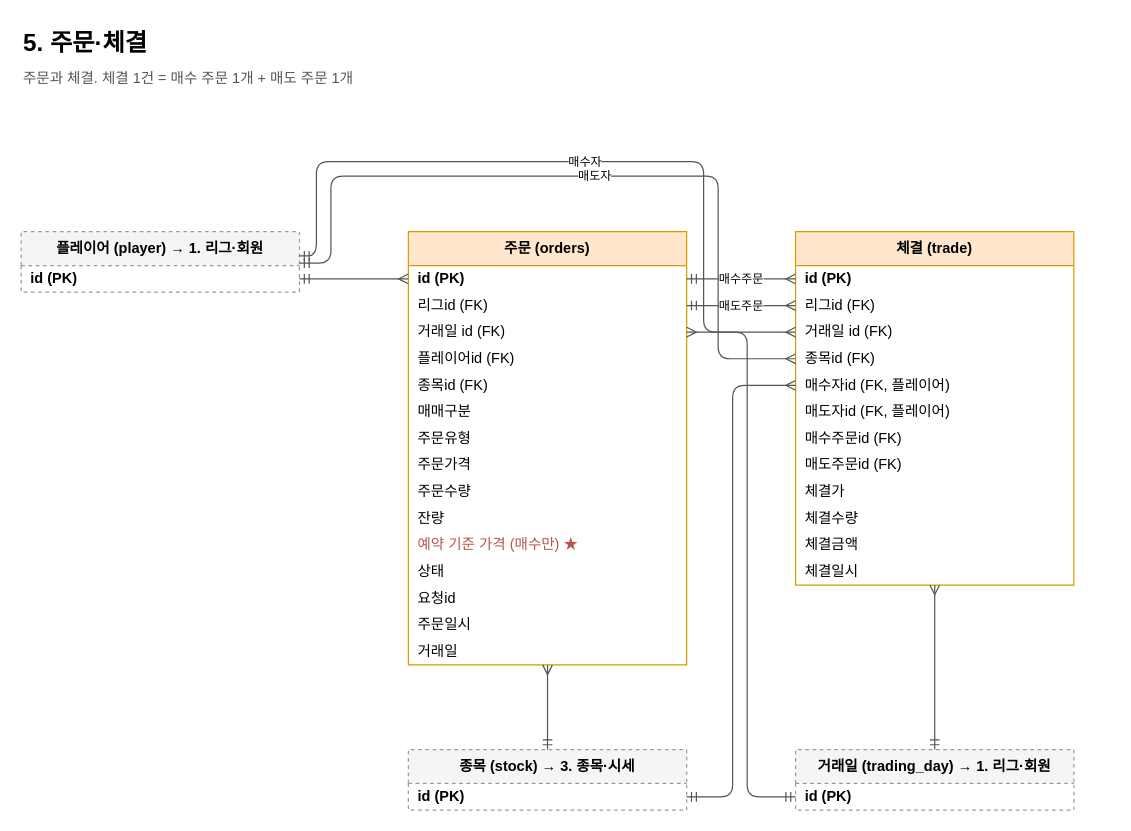
JECT-Study/naspi-5th-Server keeps this draw.io diagram as page "5. 주문·체결" (6 of 9) of docs/erd/naspi.drawio. Above is the earlier version. Source tidied: cells renumbered, new cells numbered last; positions are measured from the earlier drawing's top-left corner, leaving out a move shared by most shapes. Both pictures are drawn from the tidied source at 121%, with x=0, y=0 at pixel (21, 21).
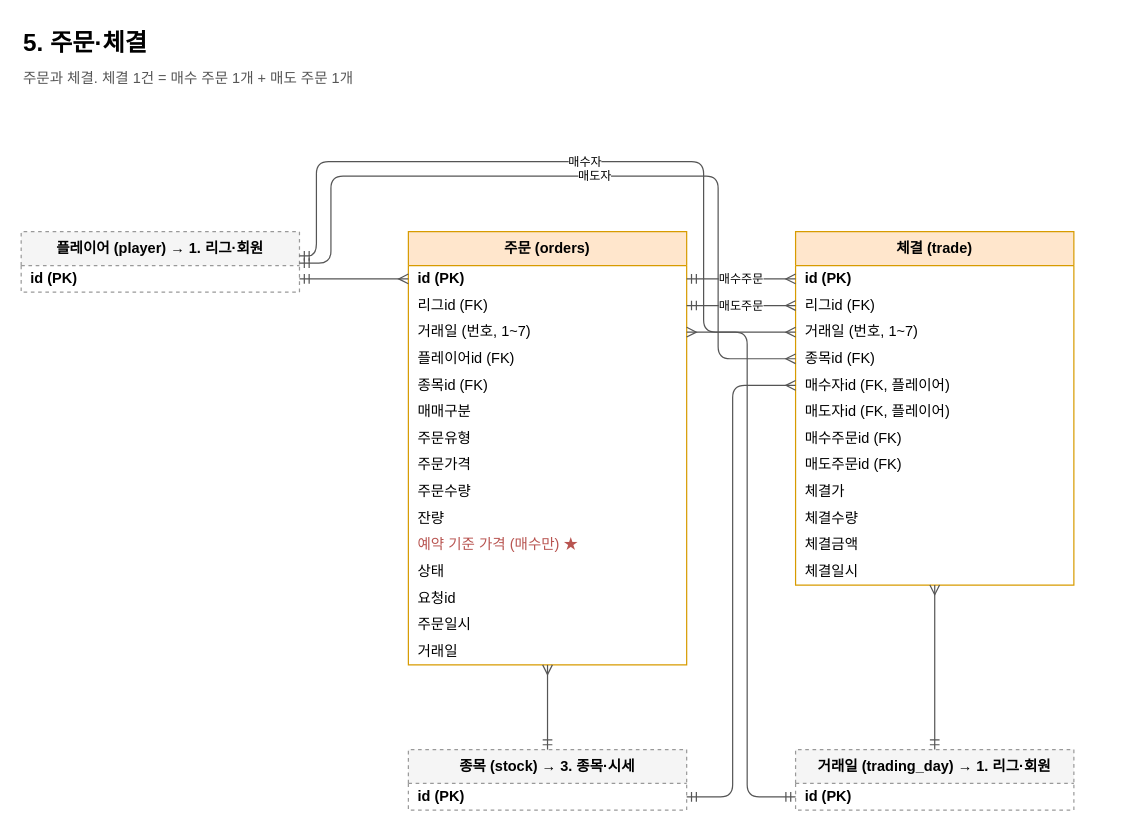
The same page after the edit.

The change refers to these unchanged cells:
```xml
<mxCell id="2" value="주문 (orders)" style="swimlane;fontStyle=1;horizontal=1;startSize=28;html=1;whiteSpace=wrap;fillColor=#ffe6cc;strokeColor=#d79b00;" parent="1" vertex="1">
  <mxGeometry x="320" y="174" width="230" height="358" as="geometry" />
</mxCell>
<mxCell id="18" value="체결 (trade)" style="swimlane;fontStyle=1;horizontal=1;startSize=28;html=1;whiteSpace=wrap;fillColor=#ffe6cc;strokeColor=#d79b00;" parent="1" vertex="1">
  <mxGeometry x="640" y="174" width="230" height="292" as="geometry" />
</mxCell>
```

Diff of the diagram source:
```diff
@@
-    <mxCell id="5" value="거래일 id (FK)" style="text;strokeColor=none;fillColor=none;align=left;verticalAlign=middle;spacingLeft=6;overflow=hidden;html=1;" parent="2" vertex="1">
+    <mxCell id="5" value="거래일 (번호, 1~7)" style="text;strokeColor=none;fillColor=none;align=left;verticalAlign=middle;spacingLeft=6;overflow=hidden;html=1;" parent="2" vertex="1">
       <mxGeometry y="72" width="230" height="22" as="geometry" />
     </mxCell>
@@
-    <mxCell id="21" value="거래일 id (FK)" style="text;strokeColor=none;fillColor=none;align=left;verticalAlign=middle;spacingLeft=6;overflow=hidden;html=1;" parent="18" vertex="1">
+    <mxCell id="21" value="거래일 (번호, 1~7)" style="text;strokeColor=none;fillColor=none;align=left;verticalAlign=middle;spacingLeft=6;overflow=hidden;html=1;" parent="18" vertex="1">
       <mxGeometry y="72" width="230" height="22" as="geometry" />
     </mxCell>
```
